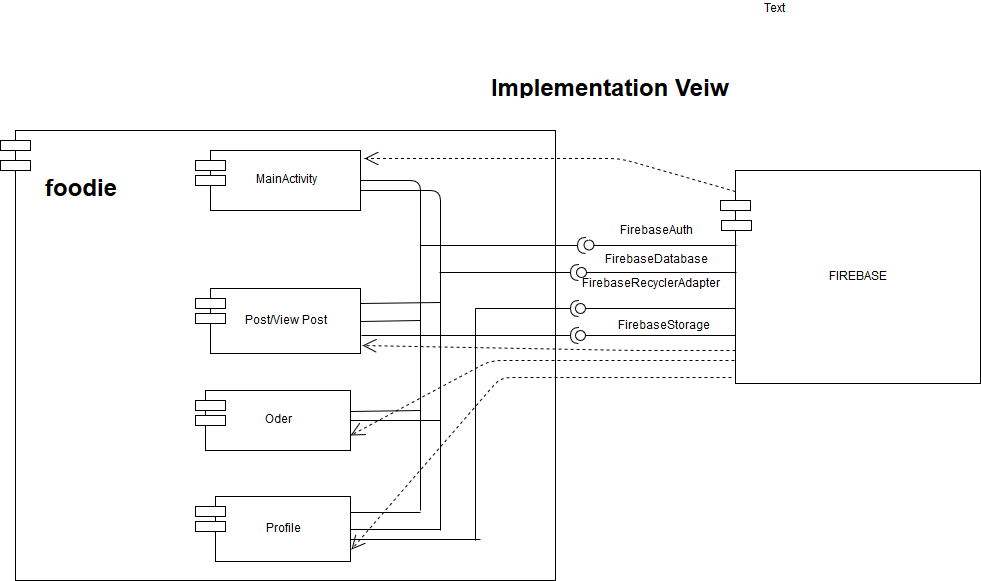
This is UpdateImplementation.png from thandomy/foodie, a draw.io export, as it was before one commit. Source tidied: cells renumbered, new cells last; positions are measured from the earlier drawing's top-left corner, leaving out a move shared by most shapes.
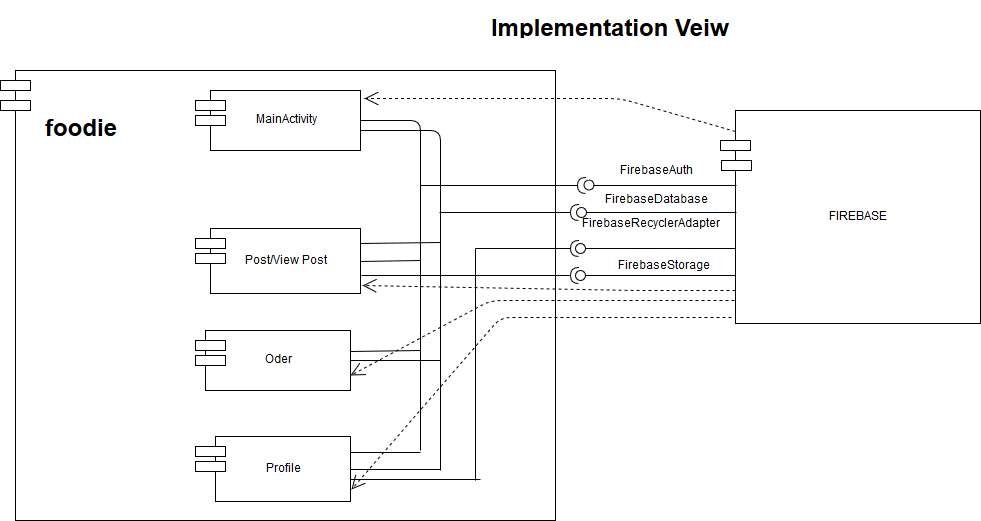
After the commit.

Change to the diagram source:
```diff
@@ -44,9 +44,6 @@
     <mxCell id="15" style="rounded=0;whiteSpace=wrap;html=1;strokeWidth=1;" parent="1" vertex="1">
       <mxGeometry x="195" y="521" width="30" height="10" as="geometry" />
     </mxCell>
-    <mxCell id="16" value="Text" style="text;html=1;align=left;verticalAlign=top;spacingTop=-4;" parent="1" vertex="1">
-      <mxGeometry x="762" width="40" height="20" as="geometry" />
-    </mxCell>
     <mxCell id="17" value="FIREBASE" style="rounded=0;whiteSpace=wrap;html=1;strokeWidth=1;" parent="1" vertex="1">
       <mxGeometry x="735" y="170" width="245" height="213" as="geometry" />
     </mxCell>
```
